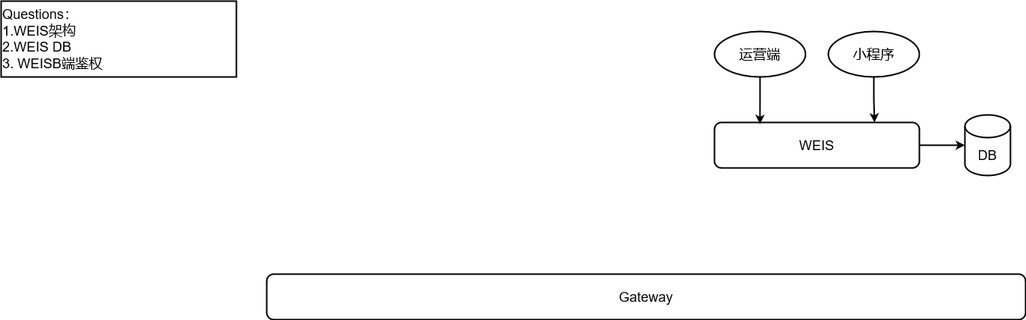
Above: EIC-Sema-Integration-Solution.drawio.png in jackie-thank/beego-authz (draw.io), before the change. Source tidied: cells renumbered, new cells last; positions are measured from the earlier drawing's top-left corner, leaving out a move shared by most shapes. The source it was exported from:
```xml
<mxGraphModel>
  <root>
    <mxCell id="0" />
    <mxCell id="1" parent="0" />
    <mxCell id="2" style="edgeStyle=orthogonalEdgeStyle;rounded=0;jettySize=auto;html=1;exitX=0.5;exitY=1;exitDx=0;exitDy=0;entryX=0.781;entryY=0;entryDx=0;entryDy=0;entryPerimeter=0;strokeWidth=2;fontSize=18;" parent="1" edge="1" source="3" target="5">
      <mxGeometry relative="1" as="geometry" />
    </mxCell>
    <mxCell id="3" value="小程序" style="ellipse;whiteSpace=wrap;html=1;strokeWidth=2;fontSize=18;" parent="1" vertex="1">
      <mxGeometry x="1090" y="40" width="120" height="60" as="geometry" />
    </mxCell>
    <mxCell id="4" style="edgeStyle=orthogonalEdgeStyle;rounded=0;jettySize=auto;html=1;exitX=1;exitY=0.5;exitDx=0;exitDy=0;entryX=0;entryY=0.5;entryDx=0;entryDy=0;entryPerimeter=0;strokeWidth=2;fontSize=18;" parent="1" edge="1" source="5" target="9">
      <mxGeometry relative="1" as="geometry" />
    </mxCell>
    <mxCell id="5" value="WEIS" style="rounded=1;whiteSpace=wrap;html=1;strokeWidth=2;fontSize=18;" parent="1" vertex="1">
      <mxGeometry x="940" y="160" width="270" height="60" as="geometry" />
    </mxCell>
    <mxCell id="6" style="edgeStyle=orthogonalEdgeStyle;rounded=0;jettySize=auto;html=1;exitX=0.5;exitY=1;exitDx=0;exitDy=0;entryX=0.222;entryY=0.033;entryDx=0;entryDy=0;entryPerimeter=0;fontSize=18;strokeWidth=2;" parent="1" edge="1" source="7" target="5">
      <mxGeometry relative="1" as="geometry" />
    </mxCell>
    <mxCell id="7" value="&lt;div&gt;运营端&lt;br&gt;&lt;/div&gt;" style="ellipse;whiteSpace=wrap;html=1;strokeWidth=2;fontSize=18;" parent="1" vertex="1">
      <mxGeometry x="940" y="40" width="120" height="60" as="geometry" />
    </mxCell>
    <mxCell id="8" value="Gateway" style="rounded=1;whiteSpace=wrap;html=1;strokeWidth=2;fontSize=18;" parent="1" vertex="1">
      <mxGeometry x="350" y="360" width="1000" height="60" as="geometry" />
    </mxCell>
    <mxCell id="9" value="DB" style="shape=cylinder3;whiteSpace=wrap;html=1;boundedLbl=1;backgroundOutline=1;size=15;strokeWidth=2;fontSize=18;" parent="1" vertex="1">
      <mxGeometry x="1270" y="150" width="60" height="80" as="geometry" />
    </mxCell>
    <mxCell id="10" value="&lt;div&gt;Questions：&lt;br&gt;&lt;/div&gt;&lt;div&gt;1.WEIS架构&lt;/div&gt;&lt;div&gt;2.WEIS DB&lt;/div&gt;&lt;div&gt;3. WEISB端鉴权&lt;br&gt;&lt;/div&gt;" style="rounded=0;whiteSpace=wrap;html=1;strokeWidth=2;fontSize=18;align=left;" parent="1" vertex="1">
      <mxGeometry width="310" height="100" as="geometry" />
    </mxCell>
  </root>
</mxGraphModel>
```
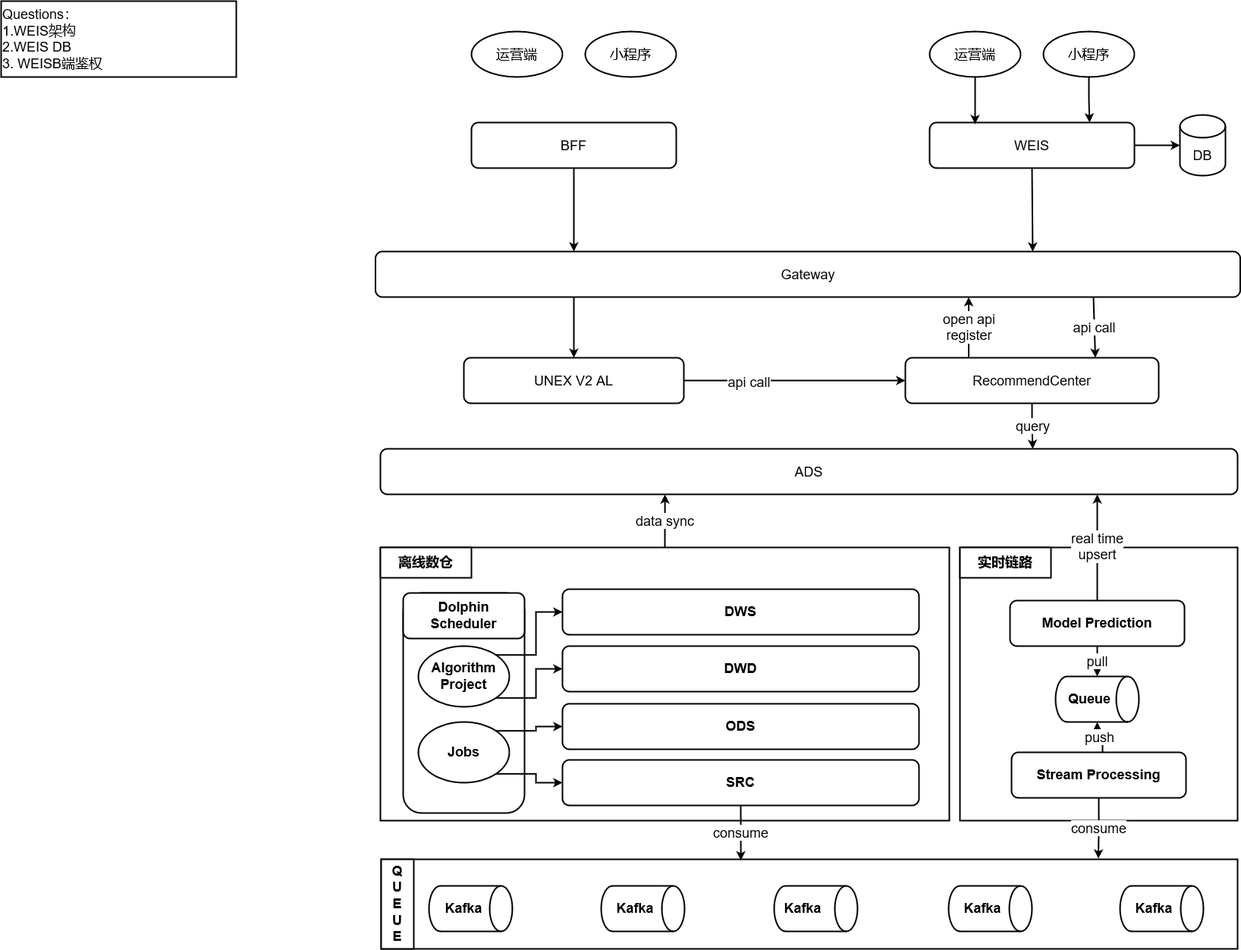
Later version of the same file.

What changed in the source:
```diff
@@ -2,6 +2,15 @@
   <root>
     <mxCell id="0" />
     <mxCell id="1" parent="0" />
+    <mxCell id="11" value="data sync" style="edgeStyle=orthogonalEdgeStyle;rounded=0;jettySize=auto;html=1;exitX=0.5;exitY=0;exitDx=0;exitDy=0;entryX=0.332;entryY=1.002;entryDx=0;entryDy=0;strokeWidth=2;fontSize=18;entryPerimeter=0;" parent="1" edge="1" source="12" target="20">
+      <mxGeometry relative="1" as="geometry" />
+    </mxCell>
+    <mxCell id="12" style="rounded=0;whiteSpace=wrap;html=1;strokeWidth=2;fontSize=18;" parent="1" vertex="1">
+      <mxGeometry x="216" y="720" width="750" height="360" as="geometry" />
+    </mxCell>
+    <mxCell id="13" style="rounded=1;whiteSpace=wrap;html=1;strokeWidth=2;fontSize=18;" parent="1" vertex="1">
+      <mxGeometry x="246" y="780" width="160" height="290" as="geometry" />
+    </mxCell>
     <mxCell id="2" style="edgeStyle=orthogonalEdgeStyle;rounded=0;jettySize=auto;html=1;exitX=0.5;exitY=1;exitDx=0;exitDy=0;entryX=0.781;entryY=0;entryDx=0;entryDy=0;entryPerimeter=0;strokeWidth=2;fontSize=18;" parent="1" edge="1" source="3" target="5">
       <mxGeometry relative="1" as="geometry" />
     </mxCell>
@@ -11,6 +20,9 @@
     <mxCell id="4" style="edgeStyle=orthogonalEdgeStyle;rounded=0;jettySize=auto;html=1;exitX=1;exitY=0.5;exitDx=0;exitDy=0;entryX=0;entryY=0.5;entryDx=0;entryDy=0;entryPerimeter=0;strokeWidth=2;fontSize=18;" parent="1" edge="1" source="5" target="9">
       <mxGeometry relative="1" as="geometry" />
     </mxCell>
+    <mxCell id="14" style="edgeStyle=none;rounded=0;jettySize=auto;html=1;exitX=0.5;exitY=1;exitDx=0;exitDy=0;entryX=0.76;entryY=0.002;entryDx=0;entryDy=0;entryPerimeter=0;strokeWidth=2;fontSize=18;" parent="1" edge="1" source="5" target="8">
+      <mxGeometry relative="1" as="geometry" />
+    </mxCell>
     <mxCell id="5" value="WEIS" style="rounded=1;whiteSpace=wrap;html=1;strokeWidth=2;fontSize=18;" parent="1" vertex="1">
       <mxGeometry x="940" y="160" width="270" height="60" as="geometry" />
     </mxCell>
@@ -20,14 +32,170 @@
     <mxCell id="7" value="&lt;div&gt;运营端&lt;br&gt;&lt;/div&gt;" style="ellipse;whiteSpace=wrap;html=1;strokeWidth=2;fontSize=18;" parent="1" vertex="1">
       <mxGeometry x="940" y="40" width="120" height="60" as="geometry" />
     </mxCell>
+    <mxCell id="15" value="api call" style="rounded=0;jettySize=auto;html=1;strokeWidth=2;fontSize=18;entryX=0.75;entryY=0;entryDx=0;entryDy=0;" parent="1" edge="1" target="19">
+      <mxGeometry relative="1" as="geometry">
+        <mxPoint x="1156" y="390" as="sourcePoint" />
+      </mxGeometry>
+    </mxCell>
+    <mxCell id="16" style="edgeStyle=none;rounded=0;jettySize=auto;html=1;entryX=0.5;entryY=0;entryDx=0;entryDy=0;strokeWidth=2;fontSize=18;" parent="1" edge="1" target="62">
+      <mxGeometry relative="1" as="geometry">
+        <mxPoint x="471" y="390" as="sourcePoint" />
+      </mxGeometry>
+    </mxCell>
     <mxCell id="8" value="Gateway" style="rounded=1;whiteSpace=wrap;html=1;strokeWidth=2;fontSize=18;" parent="1" vertex="1">
-      <mxGeometry x="350" y="360" width="1000" height="60" as="geometry" />
+      <mxGeometry x="209.5" y="330" width="1140" height="60" as="geometry" />
     </mxCell>
     <mxCell id="9" value="DB" style="shape=cylinder3;whiteSpace=wrap;html=1;boundedLbl=1;backgroundOutline=1;size=15;strokeWidth=2;fontSize=18;" parent="1" vertex="1">
       <mxGeometry x="1270" y="150" width="60" height="80" as="geometry" />
     </mxCell>
     <mxCell id="10" value="&lt;div&gt;Questions：&lt;br&gt;&lt;/div&gt;&lt;div&gt;1.WEIS架构&lt;/div&gt;&lt;div&gt;2.WEIS DB&lt;/div&gt;&lt;div&gt;3. WEISB端鉴权&lt;br&gt;&lt;/div&gt;" style="rounded=0;whiteSpace=wrap;html=1;strokeWidth=2;fontSize=18;align=left;" parent="1" vertex="1">
-      <mxGeometry width="310" height="100" as="geometry" />
+      <mxGeometry x="-284" width="310" height="100" as="geometry" />
     </mxCell>
+    <mxCell id="17" value="query" style="edgeStyle=orthogonalEdgeStyle;rounded=0;jettySize=auto;html=1;exitX=0.5;exitY=1;exitDx=0;exitDy=0;entryX=0.761;entryY=0.002;entryDx=0;entryDy=0;strokeWidth=2;fontSize=18;entryPerimeter=0;" parent="1" edge="1" source="19" target="20">
+      <mxGeometry relative="1" as="geometry" />
+    </mxCell>
+    <mxCell id="18" value="&lt;div&gt;open api&lt;/div&gt;&lt;div&gt;register&lt;br&gt;&lt;/div&gt;" style="edgeStyle=orthogonalEdgeStyle;rounded=0;jettySize=auto;html=1;exitX=0.25;exitY=0;exitDx=0;exitDy=0;entryX=0.686;entryY=1;entryDx=0;entryDy=0;entryPerimeter=0;strokeWidth=2;fontSize=18;" parent="1" edge="1" source="19" target="8">
+      <mxGeometry relative="1" as="geometry" />
+    </mxCell>
+    <mxCell id="19" value="RecommendCenter" style="rounded=1;whiteSpace=wrap;html=1;strokeWidth=2;fontSize=18;" parent="1" vertex="1">
+      <mxGeometry x="908" y="470" width="334" height="60" as="geometry" />
+    </mxCell>
+    <mxCell id="20" value="ADS" style="rounded=1;whiteSpace=wrap;html=1;strokeWidth=2;fontSize=18;" parent="1" vertex="1">
+      <mxGeometry x="216" y="590" width="1130" height="60" as="geometry" />
+    </mxCell>
+    <mxCell id="21" style="rounded=0;whiteSpace=wrap;html=1;strokeWidth=2;fontSize=19;" parent="1" vertex="1">
+      <mxGeometry x="217" y="1131" width="1129" height="118" as="geometry" />
+    </mxCell>
+    <mxCell id="22" style="shape=cylinder3;whiteSpace=wrap;html=1;boundedLbl=1;backgroundOutline=1;size=15;strokeWidth=2;fontSize=18;rotation=90;" parent="1" vertex="1">
+      <mxGeometry x="305" y="1141" width="60" height="110" as="geometry" />
+    </mxCell>
+    <mxCell id="23" style="shape=cylinder3;whiteSpace=wrap;html=1;boundedLbl=1;backgroundOutline=1;size=15;strokeWidth=2;fontSize=18;rotation=90;" parent="1" vertex="1">
+      <mxGeometry x="532" y="1141" width="60" height="110" as="geometry" />
+    </mxCell>
+    <mxCell id="24" style="shape=cylinder3;whiteSpace=wrap;html=1;boundedLbl=1;backgroundOutline=1;size=15;strokeWidth=2;fontSize=18;rotation=90;" parent="1" vertex="1">
+      <mxGeometry x="760" y="1141" width="60" height="110" as="geometry" />
+    </mxCell>
+    <mxCell id="25" style="shape=cylinder3;whiteSpace=wrap;html=1;boundedLbl=1;backgroundOutline=1;size=15;strokeWidth=2;fontSize=18;rotation=90;" parent="1" vertex="1">
+      <mxGeometry x="990" y="1141" width="60" height="110" as="geometry" />
+    </mxCell>
+    <mxCell id="26" style="shape=cylinder3;whiteSpace=wrap;html=1;boundedLbl=1;backgroundOutline=1;size=15;strokeWidth=2;fontSize=18;rotation=90;" parent="1" vertex="1">
+      <mxGeometry x="1216" y="1141" width="60" height="110" as="geometry" />
+    </mxCell>
+    <mxCell id="27" value="Kafka" style="text;html=1;strokeColor=none;fillColor=none;align=center;verticalAlign=middle;whiteSpace=wrap;rounded=0;strokeWidth=2;fontSize=18;fontStyle=1;" parent="1" vertex="1">
+      <mxGeometry x="296" y="1181" width="60" height="30" as="geometry" />
+    </mxCell>
+    <mxCell id="28" value="Kafka" style="text;html=1;strokeColor=none;fillColor=none;align=center;verticalAlign=middle;whiteSpace=wrap;rounded=0;strokeWidth=2;fontSize=18;fontStyle=1;" parent="1" vertex="1">
+      <mxGeometry x="522" y="1181" width="60" height="30" as="geometry" />
+    </mxCell>
+    <mxCell id="29" value="Kafka" style="text;html=1;strokeColor=none;fillColor=none;align=center;verticalAlign=middle;whiteSpace=wrap;rounded=0;strokeWidth=2;fontSize=18;fontStyle=1;" parent="1" vertex="1">
+      <mxGeometry x="743" y="1181" width="60" height="30" as="geometry" />
+    </mxCell>
+    <mxCell id="30" value="Kafka" style="text;html=1;strokeColor=none;fillColor=none;align=center;verticalAlign=middle;whiteSpace=wrap;rounded=0;strokeWidth=2;fontSize=18;fontStyle=1;" parent="1" vertex="1">
+      <mxGeometry x="980" y="1181" width="60" height="30" as="geometry" />
+    </mxCell>
+    <mxCell id="31" value="Kafka" style="text;html=1;strokeColor=none;fillColor=none;align=center;verticalAlign=middle;whiteSpace=wrap;rounded=0;strokeWidth=2;fontSize=18;fontStyle=1;" parent="1" vertex="1">
+      <mxGeometry x="1206" y="1181" width="60" height="30" as="geometry" />
+    </mxCell>
+    <mxCell id="32" value="&lt;div&gt;Q&lt;/div&gt;&lt;div&gt;U&lt;/div&gt;&lt;div&gt;E&lt;br&gt;&lt;/div&gt;&lt;div&gt;U&lt;/div&gt;&lt;div&gt;E&lt;/div&gt;" style="rounded=0;whiteSpace=wrap;html=1;strokeWidth=2;fontSize=18;fontStyle=1;" parent="1" vertex="1">
+      <mxGeometry x="217" y="1131" width="43" height="118" as="geometry" />
+    </mxCell>
+    <mxCell id="33" value="ODS" style="rounded=1;whiteSpace=wrap;html=1;strokeWidth=2;fontSize=18;fontStyle=1;" parent="1" vertex="1">
+      <mxGeometry x="456" y="926" width="470" height="60" as="geometry" />
+    </mxCell>
+    <mxCell id="34" value="DWD" style="rounded=1;whiteSpace=wrap;html=1;strokeWidth=2;fontSize=18;fontStyle=1;" parent="1" vertex="1">
+      <mxGeometry x="456" y="850" width="470" height="60" as="geometry" />
+    </mxCell>
+    <mxCell id="35" value="DWS" style="rounded=1;whiteSpace=wrap;html=1;strokeWidth=2;fontSize=18;fontStyle=1;" parent="1" vertex="1">
+      <mxGeometry x="456" y="775" width="470" height="60" as="geometry" />
+    </mxCell>
+    <mxCell id="36" value="consume" style="edgeStyle=orthogonalEdgeStyle;rounded=0;jettySize=auto;html=1;exitX=0.5;exitY=1;exitDx=0;exitDy=0;entryX=0.42;entryY=0.012;entryDx=0;entryDy=0;entryPerimeter=0;strokeWidth=2;fontSize=18;" parent="1" edge="1" source="37" target="21">
+      <mxGeometry relative="1" as="geometry" />
+    </mxCell>
+    <mxCell id="37" value="SRC" style="rounded=1;whiteSpace=wrap;html=1;strokeWidth=2;fontSize=18;fontStyle=1;" parent="1" vertex="1">
+      <mxGeometry x="456" y="1000" width="470" height="60" as="geometry" />
+    </mxCell>
+    <mxCell id="38" style="edgeStyle=orthogonalEdgeStyle;rounded=0;jettySize=auto;html=1;exitX=0;exitY=1;exitDx=0;exitDy=0;entryX=0;entryY=0.5;entryDx=0;entryDy=0;strokeWidth=2;fontSize=18;" parent="1" edge="1" source="40" target="34">
+      <mxGeometry relative="1" as="geometry" />
+    </mxCell>
+    <mxCell id="39" style="edgeStyle=orthogonalEdgeStyle;rounded=0;jettySize=auto;html=1;exitX=0;exitY=0;exitDx=0;exitDy=0;entryX=0;entryY=0.5;entryDx=0;entryDy=0;strokeWidth=2;fontSize=18;" parent="1" edge="1" source="40" target="35">
+      <mxGeometry relative="1" as="geometry" />
+    </mxCell>
+    <mxCell id="40" value="&lt;div&gt;Algorithm&lt;/div&gt;&lt;div&gt;Project&lt;br&gt;&lt;/div&gt;" style="ellipse;whiteSpace=wrap;html=1;strokeWidth=2;fontSize=18;fontStyle=1;" parent="1" vertex="1">
+      <mxGeometry x="266" y="850" width="120" height="80" as="geometry" />
+    </mxCell>
+    <mxCell id="41" value="&lt;div&gt;Dolphin&lt;/div&gt;&lt;div&gt;Scheduler&lt;br&gt;&lt;/div&gt;" style="rounded=1;whiteSpace=wrap;html=1;strokeWidth=2;fontSize=18;fontStyle=1;" parent="1" vertex="1">
+      <mxGeometry x="246" y="780" width="160" height="60" as="geometry" />
+    </mxCell>
+    <mxCell id="42" style="edgeStyle=orthogonalEdgeStyle;rounded=0;jettySize=auto;html=1;exitX=0;exitY=1;exitDx=0;exitDy=0;strokeWidth=2;fontSize=18;" parent="1" edge="1" source="44" target="37">
+      <mxGeometry relative="1" as="geometry" />
+    </mxCell>
+    <mxCell id="43" style="edgeStyle=orthogonalEdgeStyle;rounded=0;jettySize=auto;html=1;exitX=0;exitY=0;exitDx=0;exitDy=0;entryX=0;entryY=0.5;entryDx=0;entryDy=0;strokeWidth=2;fontSize=18;" parent="1" edge="1" source="44" target="33">
+      <mxGeometry relative="1" as="geometry" />
+    </mxCell>
+    <mxCell id="44" value="Jobs" style="ellipse;whiteSpace=wrap;html=1;strokeWidth=2;fontSize=18;fontStyle=1;" parent="1" vertex="1">
+      <mxGeometry x="266" y="950" width="120" height="80" as="geometry" />
+    </mxCell>
+    <mxCell id="45" value="离线数仓" style="rounded=0;whiteSpace=wrap;html=1;strokeWidth=2;fontSize=18;fontStyle=1;" parent="1" vertex="1">
+      <mxGeometry x="216" y="720" width="120" height="40" as="geometry" />
+    </mxCell>
+    <mxCell id="46" style="rounded=0;whiteSpace=wrap;html=1;strokeWidth=2;fontSize=18;" parent="1" vertex="1">
+      <mxGeometry x="980" y="720" width="366" height="360" as="geometry" />
+    </mxCell>
+    <mxCell id="47" value="实时链路" style="rounded=0;whiteSpace=wrap;html=1;strokeWidth=2;fontSize=18;fontStyle=1;" parent="1" vertex="1">
+      <mxGeometry x="980" y="720" width="120" height="40" as="geometry" />
+    </mxCell>
+    <mxCell id="48" value="push" style="edgeStyle=orthogonalEdgeStyle;rounded=0;jettySize=auto;html=1;exitX=0.5;exitY=0;exitDx=0;exitDy=0;entryX=1;entryY=0.5;entryDx=0;entryDy=0;entryPerimeter=0;strokeWidth=2;fontSize=18;" parent="1" edge="1" target="53">
+      <mxGeometry relative="1" as="geometry">
+        <mxPoint x="1168" y="990" as="sourcePoint" />
+      </mxGeometry>
+    </mxCell>
+    <mxCell id="49" value="Stream Processing" style="rounded=1;whiteSpace=wrap;html=1;strokeWidth=2;fontSize=18;fontStyle=1;" parent="1" vertex="1">
+      <mxGeometry x="1048" y="990" width="230" height="60" as="geometry" />
+    </mxCell>
+    <mxCell id="50" value="pull" style="edgeStyle=orthogonalEdgeStyle;rounded=0;jettySize=auto;html=1;exitX=0.5;exitY=1;exitDx=0;exitDy=0;entryX=0;entryY=0.5;entryDx=0;entryDy=0;entryPerimeter=0;strokeWidth=2;fontSize=18;" parent="1" edge="1" source="52" target="53">
+      <mxGeometry relative="1" as="geometry" />
+    </mxCell>
+    <mxCell id="51" value="&lt;div&gt;real time &lt;br&gt;&lt;/div&gt;&lt;div&gt;upsert&lt;br&gt;&lt;/div&gt;" style="edgeStyle=orthogonalEdgeStyle;rounded=0;jettySize=auto;html=1;exitX=0.5;exitY=0;exitDx=0;exitDy=0;strokeWidth=2;fontSize=18;" parent="1" edge="1" source="52">
+      <mxGeometry relative="1" as="geometry">
+        <mxPoint x="1161" y="650" as="targetPoint" />
+      </mxGeometry>
+    </mxCell>
+    <mxCell id="52" value="Model Prediction" style="rounded=1;whiteSpace=wrap;html=1;strokeWidth=2;fontSize=18;fontStyle=1;" parent="1" vertex="1">
+      <mxGeometry x="1046" y="790" width="230" height="60" as="geometry" />
+    </mxCell>
+    <mxCell id="53" style="shape=cylinder3;whiteSpace=wrap;html=1;boundedLbl=1;backgroundOutline=1;size=15;strokeWidth=2;fontSize=18;rotation=90;" parent="1" vertex="1">
+      <mxGeometry x="1131" y="865" width="60" height="110" as="geometry" />
+    </mxCell>
+    <mxCell id="54" value="Queue" style="text;html=1;strokeColor=none;fillColor=none;align=center;verticalAlign=middle;whiteSpace=wrap;rounded=0;strokeWidth=2;fontSize=18;fontStyle=1;" parent="1" vertex="1">
+      <mxGeometry x="1121" y="905" width="60" height="30" as="geometry" />
+    </mxCell>
+    <mxCell id="55" value="consume" style="edgeStyle=orthogonalEdgeStyle;rounded=0;jettySize=auto;html=1;exitX=0.5;exitY=1;exitDx=0;exitDy=0;strokeWidth=2;fontSize=18;" parent="1" edge="1" source="49">
+      <mxGeometry relative="1" as="geometry">
+        <mxPoint x="1162.5" y="1130" as="targetPoint" />
+      </mxGeometry>
+    </mxCell>
+    <mxCell id="56" style="edgeStyle=none;rounded=0;jettySize=auto;html=1;exitX=0.5;exitY=1;exitDx=0;exitDy=0;strokeWidth=2;fontSize=18;" parent="1" edge="1" source="57">
+      <mxGeometry relative="1" as="geometry">
+        <mxPoint x="471" y="330" as="targetPoint" />
+      </mxGeometry>
+    </mxCell>
+    <mxCell id="57" value="BFF" style="rounded=1;whiteSpace=wrap;html=1;strokeWidth=2;fontSize=18;" parent="1" vertex="1">
+      <mxGeometry x="336" y="160" width="270" height="60" as="geometry" />
+    </mxCell>
+    <mxCell id="58" value="小程序" style="ellipse;whiteSpace=wrap;html=1;strokeWidth=2;fontSize=18;" parent="1" vertex="1">
+      <mxGeometry x="486" y="40" width="120" height="60" as="geometry" />
+    </mxCell>
+    <mxCell id="59" value="&lt;div&gt;运营端&lt;br&gt;&lt;/div&gt;" style="ellipse;whiteSpace=wrap;html=1;strokeWidth=2;fontSize=18;" parent="1" vertex="1">
+      <mxGeometry x="336" y="40" width="120" height="60" as="geometry" />
+    </mxCell>
+    <mxCell id="60" style="edgeStyle=orthogonalEdgeStyle;rounded=0;jettySize=auto;html=1;exitX=1;exitY=0.5;exitDx=0;exitDy=0;entryX=0;entryY=0.5;entryDx=0;entryDy=0;strokeWidth=2;fontSize=18;" parent="1" edge="1" source="62" target="19">
+      <mxGeometry relative="1" as="geometry" />
+    </mxCell>
+    <mxCell id="61" value="api call" style="edgeLabel;html=1;align=center;verticalAlign=middle;fontSize=18;" parent="60" vertex="1">
+      <mxGeometry x="-0.41" y="-1" relative="1" as="geometry" />
+    </mxCell>
+    <mxCell id="62" value="UNEX V2 AL" style="rounded=1;whiteSpace=wrap;html=1;strokeWidth=2;fontSize=18;" parent="1" vertex="1">
+      <mxGeometry x="326" y="470" width="290" height="60" as="geometry" />
+    </mxCell>
   </root>
 </mxGraphModel>
```
